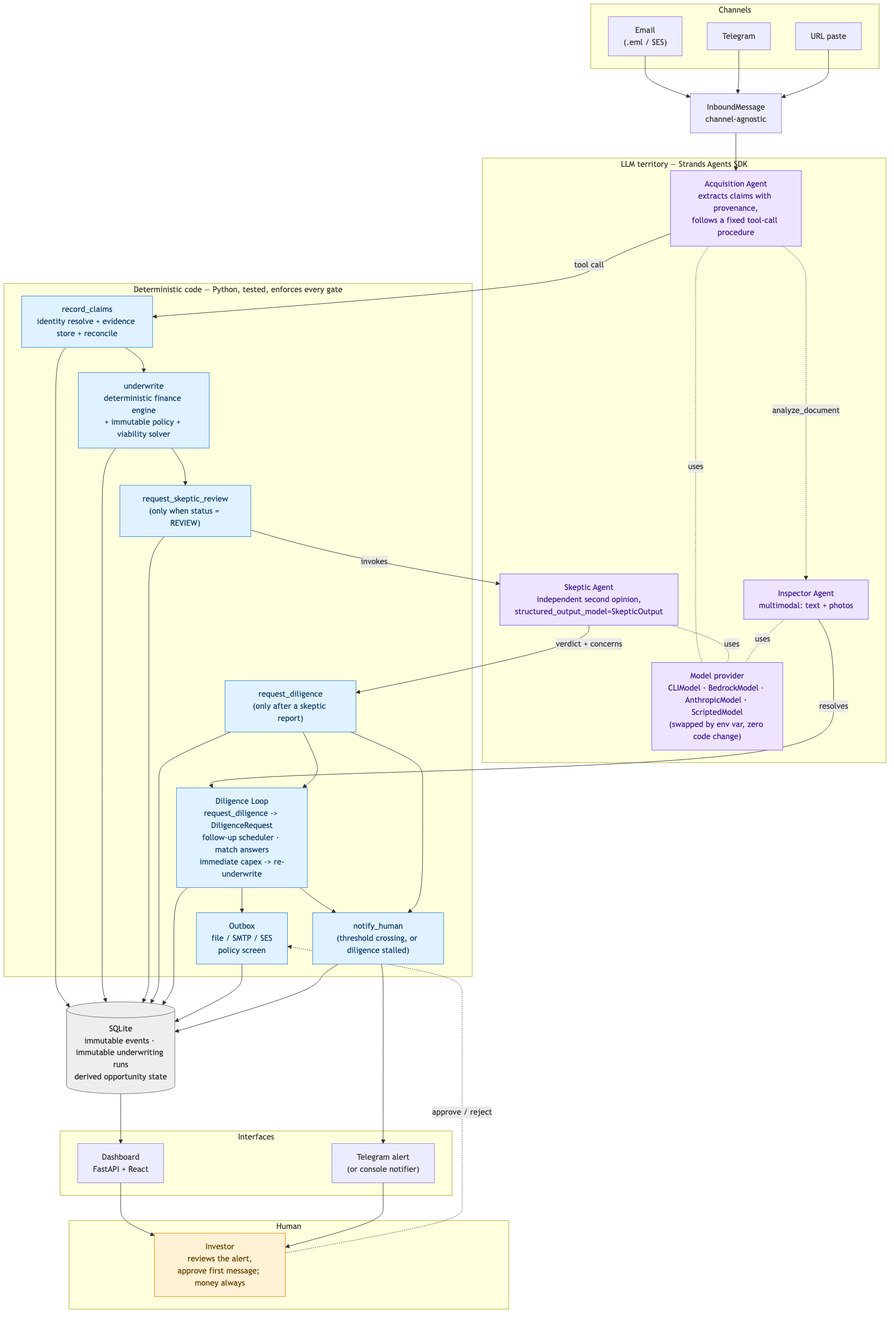
Earlier version of the Mermaid export architecture/architecture.png (mpnikhil/DealSieve). Its source is kept beside it as architecture/architecture.mmd.
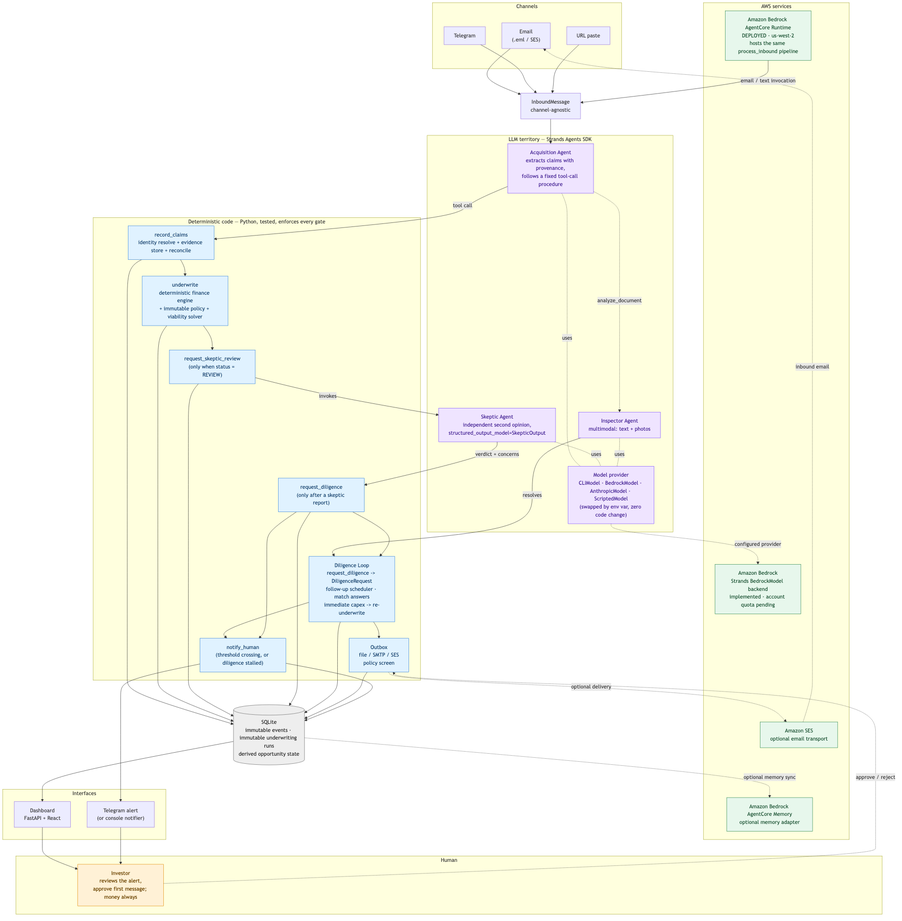
After the commit.

Diff of the diagram source:
```diff
@@ -11,6 +11,16 @@
     TG --> IM
     URLIN --> IM
 
+    subgraph AWS["AWS services"]
+        AC["Amazon Bedrock AgentCore Runtime\nDEPLOYED · us-west-2\nhosts the same process_inbound pipeline"]
+        BR["Amazon Bedrock\nStrands BedrockModel backend\nimplemented · account quota pending"]
+        AM["Amazon Bedrock AgentCore Memory\noptional memory adapter"]
+        SES["Amazon SES\noptional email transport"]
+    end
+
+    AC -->|"email / text invocation"| IM
+    SES -."inbound email".-> EM
+
     subgraph LLM["LLM territory — Strands Agents SDK"]
         MP["Model provider\nCLIModel · BedrockModel · AnthropicModel · ScriptedModel\n(swapped by env var, zero code change)"]
         AA["Acquisition Agent\nextracts claims with provenance,\nfollows a fixed tool-call procedure"]
@@ -22,6 +32,7 @@
     end
 
     IM --> AA
+    MP -."configured provider".-> BR
 
     subgraph DET["Deterministic code — Python, tested, enforces every gate"]
         RC["record_claims\nidentity resolve + evidence store + reconcile"]
@@ -50,6 +61,8 @@
     DIL --> DB
     OBX --> DB
     NH --> DB
+    DB -."optional memory sync".-> AM
+    OBX -."optional delivery".-> SES
 
     subgraph OUT["Interfaces"]
         DASH["Dashboard\nFastAPI + React"]
@@ -69,8 +82,10 @@
     classDef det fill:#e0f2ff,stroke:#2f7ed8,color:#0d3a66;
     classDef human fill:#fff1d6,stroke:#e08a00,color:#6b4400;
     classDef store fill:#eeeeee,stroke:#666666,color:#222222;
+    classDef aws fill:#e7f7ec,stroke:#26834a,color:#124b2b;
 
     class MP,AA,SK,INSP llm;
     class RC,UW,RSR,DBQ,DIL,OBX,NH det;
     class H human;
     class DB store;
+    class AC,BR,AM,SES aws;
```
